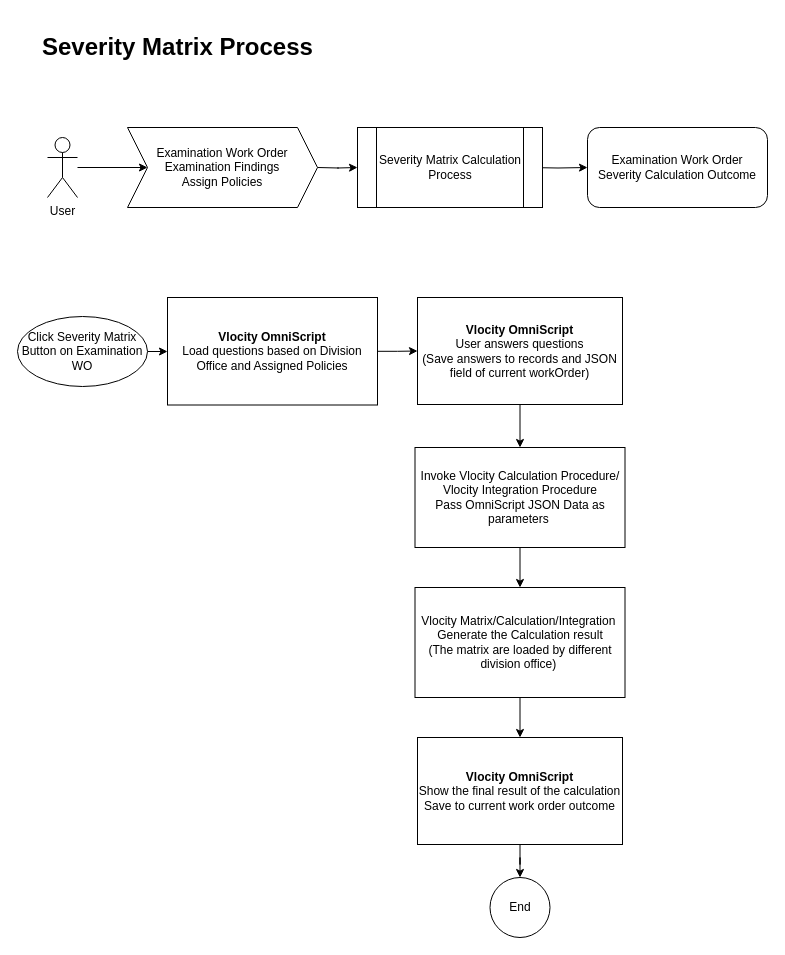
Before: page "Flow" (2 of 2) of _draft/severityMatrix.drawio in z2/z2.github.io, a draw.io diagram. Source tidied: cells renumbered, new cells numbered last; positions are measured from the earlier drawing's top-left corner, leaving out a move shared by most shapes. Both pictures are drawn from the tidied source at 100%, with x=0, y=0 at pixel (17, 27).
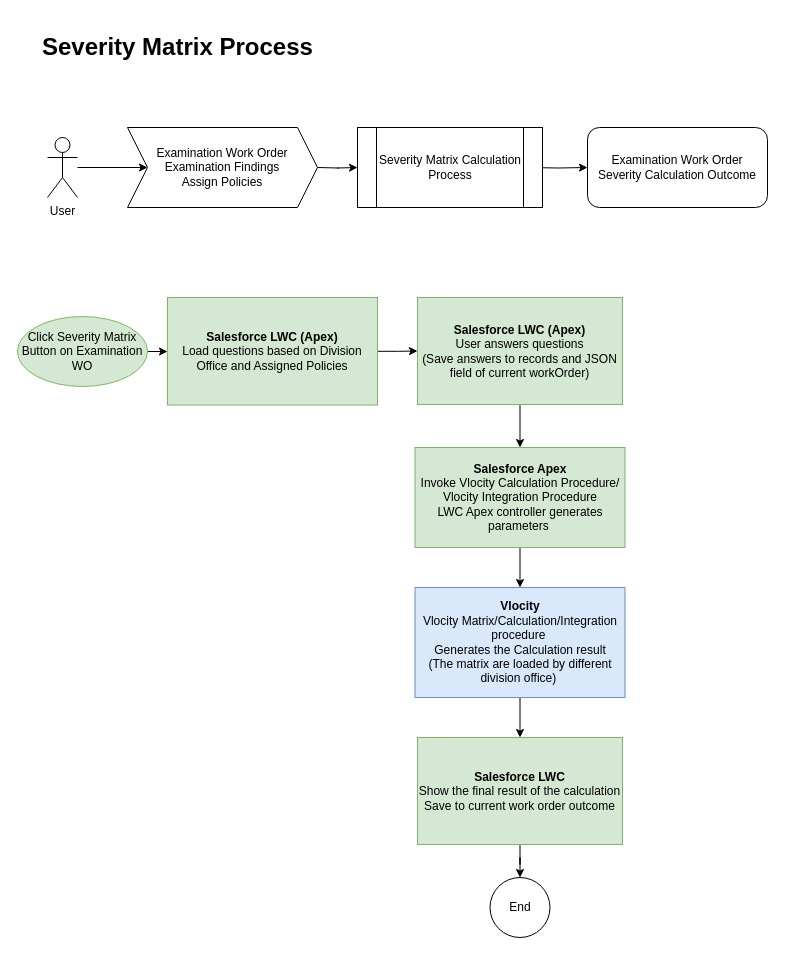
The same diagram, later.

The edit, as a diff of the source:
```diff
@@
-    <mxCell id="11" value="Click Severity Matrix Button on Examination WO" style="ellipse;whiteSpace=wrap;html=1;labelBackgroundColor=none;" parent="1" vertex="1">
+    <mxCell id="11" value="Click Severity Matrix Button on Examination WO" style="ellipse;whiteSpace=wrap;html=1;labelBackgroundColor=none;fillColor=#d5e8d4;strokeColor=#82b366;" parent="1" vertex="1">
       <mxGeometry y="289" width="130" height="70" as="geometry" />
     </mxCell>
@@
-    <mxCell id="13" value="&lt;b&gt;Vlocity OmniScript&lt;/b&gt;&lt;br&gt;&lt;span&gt;Load questions based on Division Office and Assigned Policies&lt;/span&gt;" style="rounded=0;whiteSpace=wrap;html=1;labelBackgroundColor=none;" parent="1" vertex="1">
+    <mxCell id="13" value="&lt;b&gt;Salesforce LWC (Apex)&lt;/b&gt;&lt;br&gt;&lt;span&gt;Load questions based on Division Office and Assigned Policies&lt;/span&gt;" style="rounded=0;whiteSpace=wrap;html=1;labelBackgroundColor=none;fillColor=#d5e8d4;strokeColor=#82b366;" parent="1" vertex="1">
       <mxGeometry x="150" y="270" width="210" height="107.5" as="geometry" />
     </mxCell>
@@
-    <mxCell id="15" value="&lt;b&gt;Vlocity OmniScript&lt;/b&gt;&lt;br&gt;User answers questions&lt;br&gt;(Save answers to records and JSON field of current workOrder)" style="rounded=0;whiteSpace=wrap;html=1;labelBackgroundColor=none;" parent="1" vertex="1">
+    <mxCell id="15" value="&lt;b&gt;Salesforce LWC (Apex)&lt;/b&gt;&lt;br&gt;User answers questions&lt;br&gt;(Save answers to records and JSON field of current workOrder)" style="rounded=0;whiteSpace=wrap;html=1;labelBackgroundColor=none;fillColor=#d5e8d4;strokeColor=#82b366;" parent="1" vertex="1">
       <mxGeometry x="400" y="270" width="205" height="107" as="geometry" />
     </mxCell>
@@
-    <mxCell id="17" value="Invoke Vlocity Calculation Procedure/ Vlocity Integration Procedure&lt;br&gt;Pass OmniScript JSON Data as parameters&amp;nbsp;" style="rounded=0;whiteSpace=wrap;html=1;labelBackgroundColor=none;" parent="1" vertex="1">
+    <mxCell id="17" value="&lt;b&gt;Salesforce Apex&lt;/b&gt;&lt;br&gt;Invoke Vlocity Calculation Procedure/ Vlocity Integration Procedure&lt;br&gt;LWC Apex controller generates parameters&amp;nbsp;" style="rounded=0;whiteSpace=wrap;html=1;labelBackgroundColor=none;fillColor=#d5e8d4;strokeColor=#82b366;" parent="1" vertex="1">
       <mxGeometry x="397.5" y="420" width="210" height="100" as="geometry" />
     </mxCell>
@@
-    <mxCell id="19" value="Vlocity Matrix/Calculation/Integration&amp;nbsp;&lt;br&gt;Generate the Calculation result&lt;br&gt;(The matrix are loaded by different division office)&amp;nbsp;" style="rounded=0;whiteSpace=wrap;html=1;labelBackgroundColor=none;" parent="1" vertex="1">
+    <mxCell id="19" value="&lt;b&gt;Vlocity&lt;/b&gt;&lt;br&gt;Vlocity Matrix/Calculation/Integration procedure&amp;nbsp;&lt;br&gt;Generates the Calculation result&lt;br&gt;(The matrix are loaded by different division office)&amp;nbsp;" style="rounded=0;whiteSpace=wrap;html=1;labelBackgroundColor=none;fillColor=#dae8fc;strokeColor=#6c8ebf;" parent="1" vertex="1">
       <mxGeometry x="397.5" y="560" width="210" height="110" as="geometry" />
     </mxCell>
@@
-    <mxCell id="21" value="&lt;b&gt;Vlocity OmniScript&lt;/b&gt;&lt;br&gt;Show the final result of the calculation&lt;br&gt;Save to current work order outcome" style="rounded=0;whiteSpace=wrap;html=1;labelBackgroundColor=none;" parent="1" vertex="1">
+    <mxCell id="21" value="&lt;b&gt;Salesforce LWC&lt;/b&gt;&lt;br&gt;Show the final result of the calculation&lt;br&gt;Save to current work order outcome" style="rounded=0;whiteSpace=wrap;html=1;labelBackgroundColor=none;fillColor=#d5e8d4;strokeColor=#82b366;" parent="1" vertex="1">
       <mxGeometry x="400" y="710" width="205" height="107" as="geometry" />
     </mxCell>
```
